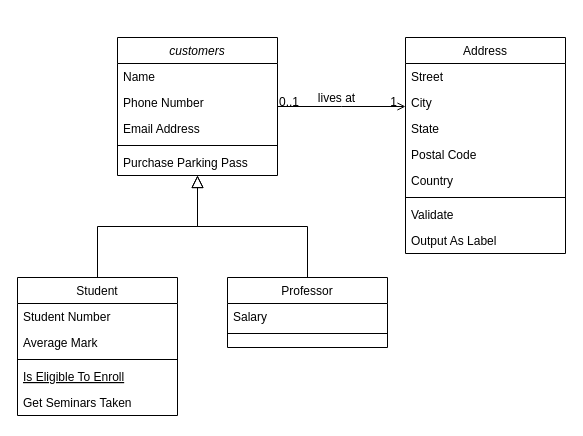
Earlier version of the draw.io diagram Untitled Diagram.drawio (astarinamaulida/cravings). Source tidied: cells renumbered, new cells numbered last; positions are measured from the earlier drawing's top-left corner, leaving out a move shared by most shapes. Both pictures are drawn from the tidied source at 100%, with x=0, y=0 at pixel (17, 37).
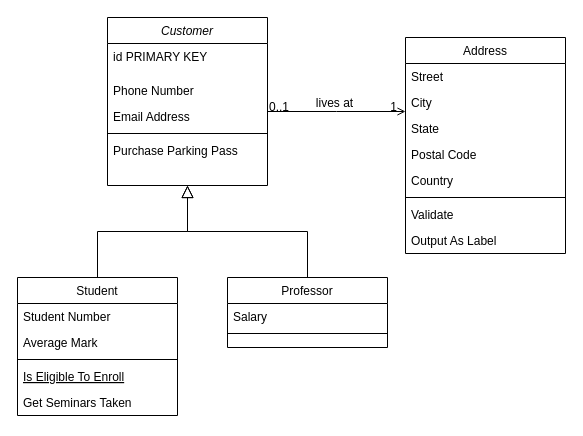
After the change.

Commit message:
Customer CREATE TABLE starts

Diff of the diagram source:
```diff
@@
-    <mxCell id="2" value="customers" style="swimlane;fontStyle=2;align=center;verticalAlign=top;horizontal=1;startSize=26;rounded=0;shadow=0;strokeWidth=1;" parent="1" vertex="1">
-      <mxGeometry x="100" width="160" height="138" as="geometry" />
+    <mxCell id="2" value="Customer" style="swimlane;fontStyle=2;align=center;verticalAlign=top;horizontal=1;startSize=26;rounded=0;shadow=0;strokeWidth=1;" parent="1" vertex="1">
+      <mxGeometry x="90" y="-20" width="160" height="168" as="geometry" />
     </mxCell>
-    <mxCell id="3" value="Name" style="text;align=left;verticalAlign=top;spacingLeft=4;spacingRight=4;overflow=hidden;" parent="2" vertex="1">
-      <mxGeometry y="26" width="160" height="26" as="geometry" />
+    <mxCell id="3" value="id PRIMARY KEY" style="text;align=left;verticalAlign=top;spacingLeft=4;spacingRight=4;overflow=hidden;" parent="2" vertex="1">
+      <mxGeometry y="26" width="160" height="34" as="geometry" />
     </mxCell>
     <mxCell id="4" value="Phone Number" style="text;align=left;verticalAlign=top;spacingLeft=4;spacingRight=4;overflow=hidden;rounded=0;shadow=0;html=0;" parent="2" vertex="1">
-      <mxGeometry y="52" width="160" height="26" as="geometry" />
+      <mxGeometry y="60" width="160" height="26" as="geometry" />
     </mxCell>
     <mxCell id="5" value="Email Address" style="text;align=left;verticalAlign=top;spacingLeft=4;spacingRight=4;overflow=hidden;rounded=0;shadow=0;html=0;" parent="2" vertex="1">
-      <mxGeometry y="78" width="160" height="26" as="geometry" />
+      <mxGeometry y="86" width="160" height="26" as="geometry" />
     </mxCell>
     <mxCell id="6" style="line;html=1;strokeWidth=1;align=left;verticalAlign=middle;spacingTop=-1;spacingLeft=3;spacingRight=3;labelPosition=right;" parent="2" vertex="1">
-      <mxGeometry y="104" width="160" height="8" as="geometry" />
+      <mxGeometry y="112" width="160" height="8" as="geometry" />
     </mxCell>
     <mxCell id="7" value="Purchase Parking Pass" style="text;align=left;verticalAlign=top;spacingLeft=4;spacingRight=4;overflow=hidden;" parent="2" vertex="1">
-      <mxGeometry y="112" width="160" height="26" as="geometry" />
+      <mxGeometry y="120" width="160" height="26" as="geometry" />
     </mxCell>
```
